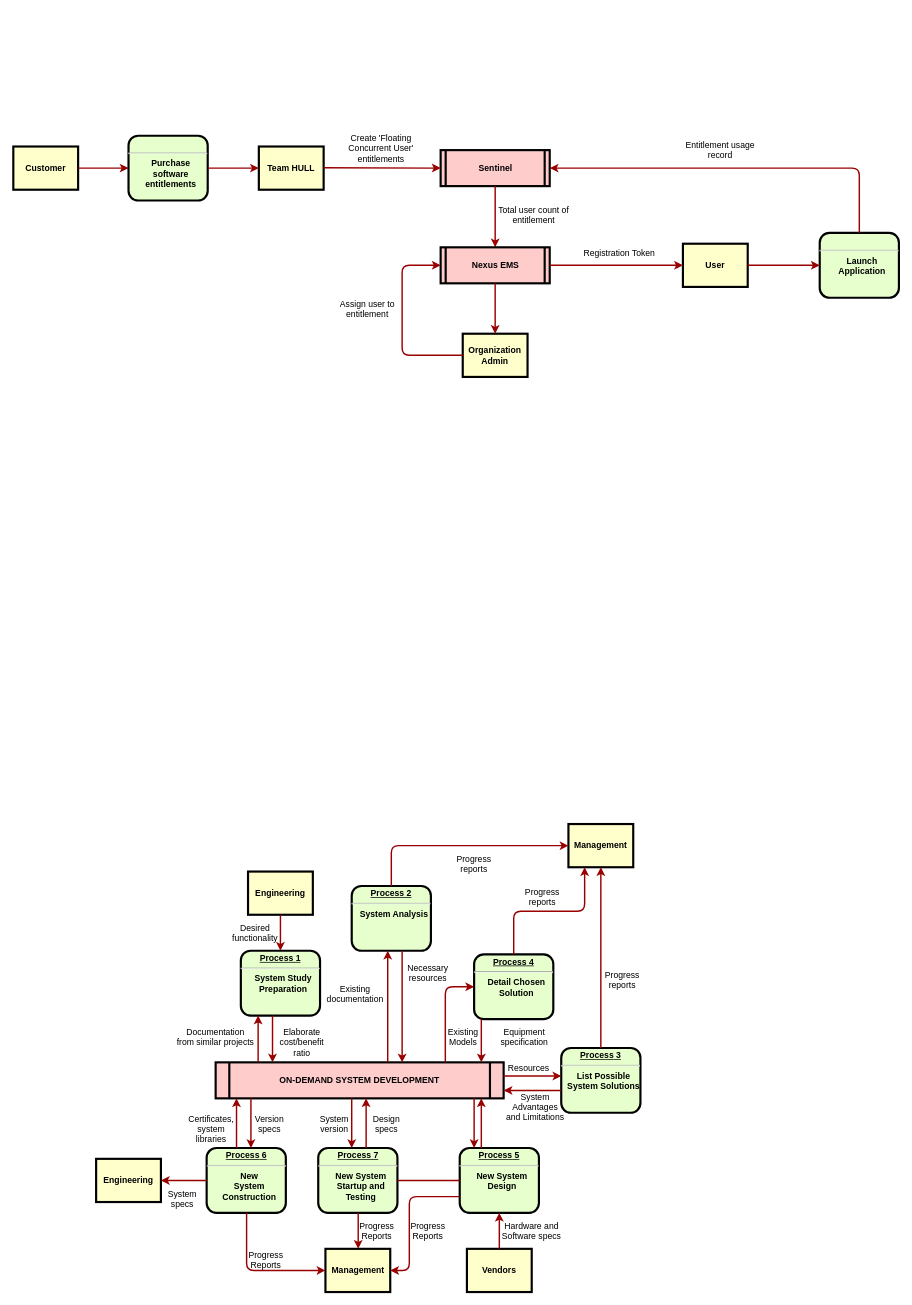
xiaowei90113/Design keeps this draw.io diagram as page "Dataflow" (2 of 2) of Entitlement Workflow.drawio. Above is the earlier version. Source tidied: cells renumbered, new cells numbered last; positions are measured from the earlier drawing's top-left corner, leaving out a move shared by most shapes. Both pictures are drawn from the tidied source at 72%, with x=0, y=0 at pixel (13, 132).
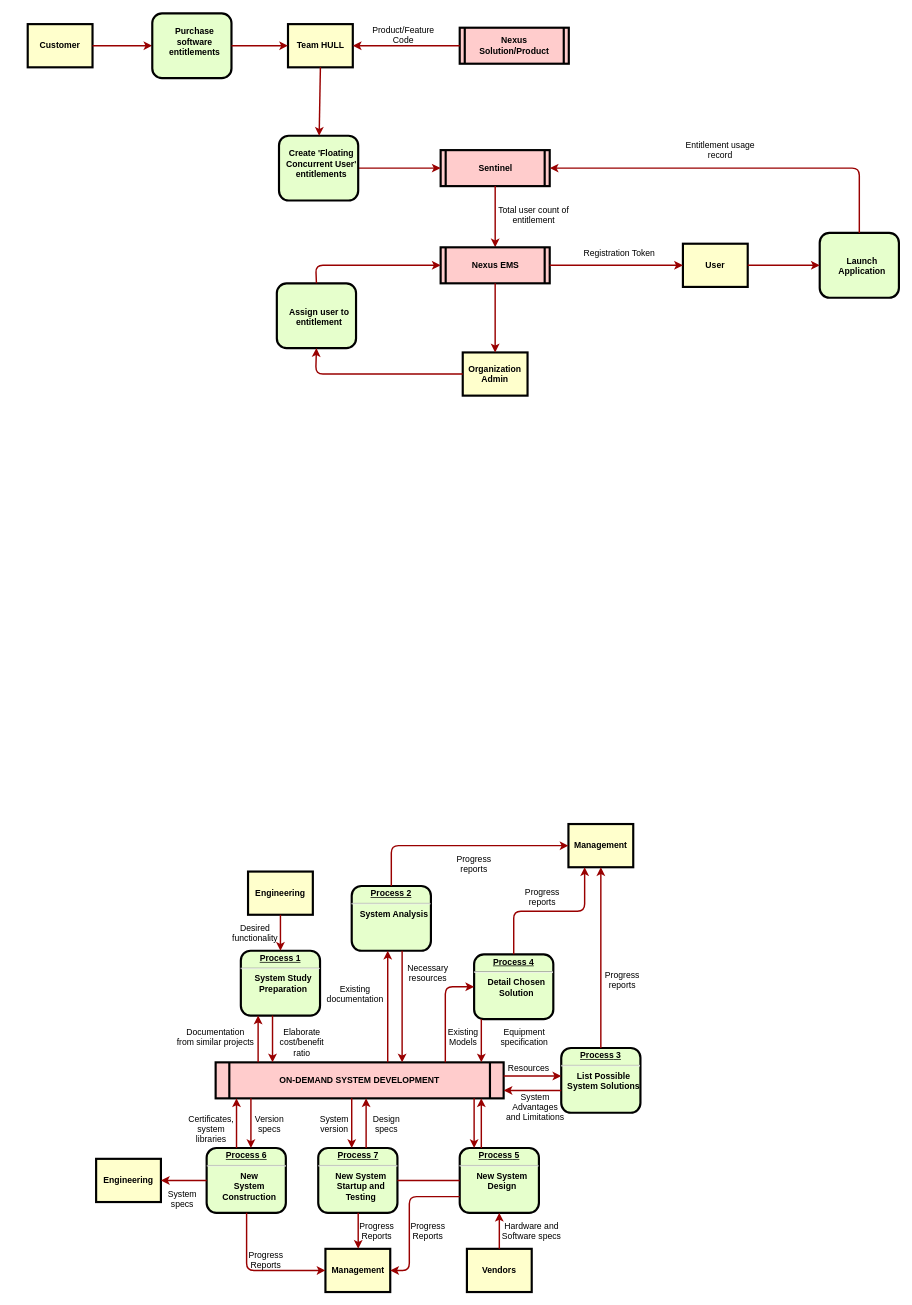
After the change.

Unchanged cells that the change refers to:
```xml
<mxCell id="62" value="Sentinel" style="shape=process;whiteSpace=wrap;align=center;verticalAlign=middle;size=0.0475;fontStyle=1;strokeWidth=3;fillColor=#FFCCCC;" parent="1" vertex="1">
  <mxGeometry x="593.5" y="25" width="151.5" height="50" as="geometry" />
</mxCell>
<mxCell id="68" value="Nexus EMS" style="shape=process;whiteSpace=wrap;align=center;verticalAlign=middle;size=0.0475;fontStyle=1;strokeWidth=3;fillColor=#FFCCCC;" parent="1" vertex="1">
  <mxGeometry x="593.5" y="160" width="151.5" height="50" as="geometry" />
</mxCell>
```

Diff of the diagram source:
```diff
@@
     <mxCell id="4" value="Customer" style="whiteSpace=wrap;align=center;verticalAlign=middle;fontStyle=1;strokeWidth=3;fillColor=#FFFFCC;" parent="1" vertex="1">
-      <mxGeometry y="20" width="90" height="60" as="geometry" />
+      <mxGeometry x="20" y="-150" width="90" height="60" as="geometry" />
     </mxCell>
@@
-    <mxCell id="16" style="edgeStyle=none;noEdgeStyle=1;strokeColor=#990000;strokeWidth=2;" parent="1" edge="1" source="4">
-      <mxGeometry relative="1" as="geometry">
-        <mxPoint x="160" y="50" as="targetPoint" />
-      </mxGeometry>
+    <mxCell id="16" style="edgeStyle=none;noEdgeStyle=1;strokeColor=#990000;strokeWidth=2;entryX=0;entryY=0.5;entryDx=0;entryDy=0;" parent="1" edge="1" source="4" target="75">
+      <mxGeometry relative="1" as="geometry" />
     </mxCell>
@@
     <mxCell id="63" value="Team HULL" style="whiteSpace=wrap;align=center;verticalAlign=middle;fontStyle=1;strokeWidth=3;fillColor=#FFFFCC;" parent="1" vertex="1">
-      <mxGeometry x="341" y="20" width="90" height="60" as="geometry" />
+      <mxGeometry x="381.5" y="-150" width="90" height="60" as="geometry" />
     </mxCell>
-    <mxCell id="64" style="edgeStyle=none;noEdgeStyle=1;strokeColor=#990000;strokeWidth=2;entryX=0;entryY=0.5;entryDx=0;entryDy=0;" parent="1" edge="1" target="62">
-      <mxGeometry relative="1" as="geometry">
-        <mxPoint x="431" y="49.5" as="sourcePoint" />
-      </mxGeometry>
+    <mxCell id="64" style="edgeStyle=none;noEdgeStyle=1;strokeColor=#990000;strokeWidth=2;entryX=0;entryY=0.5;entryDx=0;entryDy=0;exitX=1;exitY=0.5;exitDx=0;exitDy=0;" parent="1" edge="1" source="65" target="62">
+      <mxGeometry relative="1" as="geometry" />
     </mxCell>
-    <mxCell id="65" value="Create 'Floating Concurrent User' entitlements" style="text;spacingTop=-5;align=center;whiteSpace=wrap;" parent="1" vertex="1">
-      <mxGeometry x="458.5" width="104" height="20" as="geometry" />
-    </mxCell>
     <mxCell id="66" value="Organization Admin" style="whiteSpace=wrap;align=center;verticalAlign=middle;fontStyle=1;strokeWidth=3;fillColor=#FFFFCC;" parent="1" vertex="1">
-      <mxGeometry x="624.2" y="280" width="90" height="60" as="geometry" />
+      <mxGeometry x="624.2" y="306" width="90" height="60" as="geometry" />
     </mxCell>
@@
-    <mxCell id="69" value="Assign user to entitlement" style="text;spacingTop=-5;align=center;whiteSpace=wrap;" parent="1" vertex="1">
-      <mxGeometry x="440" y="230" width="104" height="30" as="geometry" />
-    </mxCell>
@@
-    <mxCell id="74" style="edgeStyle=none;noEdgeStyle=1;strokeColor=#990000;strokeWidth=2;exitX=0;exitY=0.5;exitDx=0;exitDy=0;entryX=0;entryY=0.5;entryDx=0;entryDy=0;" parent="1" edge="1" source="66" target="68">
-      <mxGeometry relative="1" as="geometry">
-        <Array as="points">
-          <mxPoint x="540" y="310" />
-          <mxPoint x="540" y="185" />
-        </Array>
-      </mxGeometry>
-    </mxCell>
-    <mxCell id="75" value="&lt;p style=&quot;margin: 0px; margin-top: 4px; text-align: center; text-decoration: underline;&quot;&gt;&lt;strong&gt;&lt;br&gt;&lt;/strong&gt;&lt;/p&gt;&lt;hr&gt;&lt;p style=&quot;margin: 0px; margin-left: 8px;&quot;&gt;Purchase software entitlements&lt;br&gt;&lt;/p&gt;" style="verticalAlign=middle;align=center;overflow=fill;fontSize=12;fontFamily=Helvetica;html=1;rounded=1;fontStyle=1;strokeWidth=3;fillColor=#E6FFCC;whiteSpace=wrap;" parent="1" vertex="1">
-      <mxGeometry x="160" y="5" width="110" height="90" as="geometry" />
+    <mxCell id="75" value="&lt;p style=&quot;margin: 0px; margin-top: 4px; text-align: center; text-decoration: underline;&quot;&gt;&lt;/p&gt;&lt;p style=&quot;margin: 0px; margin-left: 8px;&quot;&gt;&lt;br&gt;&lt;/p&gt;&lt;p style=&quot;margin: 0px; margin-left: 8px;&quot;&gt;Purchase software entitlements&lt;br&gt;&lt;/p&gt;" style="verticalAlign=middle;align=center;overflow=fill;fontSize=12;fontFamily=Helvetica;html=1;rounded=1;fontStyle=1;strokeWidth=3;fillColor=#E6FFCC;whiteSpace=wrap;" parent="1" vertex="1">
+      <mxGeometry x="193" y="-165" width="110" height="90" as="geometry" />
     </mxCell>
@@
-    <mxCell id="78" value="&lt;p style=&quot;margin: 0px; margin-top: 4px; text-align: center; text-decoration: underline;&quot;&gt;&lt;strong&gt;&lt;br&gt;&lt;/strong&gt;&lt;/p&gt;&lt;hr&gt;&lt;p style=&quot;margin: 0px; margin-left: 8px;&quot;&gt;Launch Application&lt;/p&gt;" style="verticalAlign=middle;align=center;overflow=fill;fontSize=12;fontFamily=Helvetica;html=1;rounded=1;fontStyle=1;strokeWidth=3;fillColor=#E6FFCC;whiteSpace=wrap;" parent="1" vertex="1">
+    <mxCell id="78" value="&lt;p style=&quot;margin: 0px; margin-top: 4px; text-align: center; text-decoration: underline;&quot;&gt;&lt;strong&gt;&lt;br&gt;&lt;/strong&gt;&lt;/p&gt;&lt;p style=&quot;margin: 0px; margin-left: 8px;&quot;&gt;&lt;br&gt;&lt;/p&gt;&lt;p style=&quot;margin: 0px; margin-left: 8px;&quot;&gt;Launch Application&lt;/p&gt;" style="verticalAlign=middle;align=center;overflow=fill;fontSize=12;fontFamily=Helvetica;html=1;rounded=1;fontStyle=1;strokeWidth=3;fillColor=#E6FFCC;whiteSpace=wrap;" parent="1" vertex="1">
       <mxGeometry x="1120" y="140" width="110" height="90" as="geometry" />
     </mxCell>
@@
+    <mxCell id="65" value="&lt;p style=&quot;margin: 0px; margin-top: 4px; text-align: center; text-decoration: underline;&quot;&gt;&lt;/p&gt;&lt;p style=&quot;margin: 0px; margin-left: 8px;&quot;&gt;&lt;br&gt;&lt;/p&gt;&lt;p style=&quot;margin: 0px; margin-left: 8px;&quot;&gt;Create 'Floating Concurrent User' entitlements&lt;br&gt;&lt;/p&gt;" style="verticalAlign=middle;align=center;overflow=fill;fontSize=12;fontFamily=Helvetica;html=1;rounded=1;fontStyle=1;strokeWidth=3;fillColor=#E6FFCC;whiteSpace=wrap;" parent="1" vertex="1">
+      <mxGeometry x="369" y="5" width="110" height="90" as="geometry" />
+    </mxCell>
+    <mxCell id="82" style="edgeStyle=none;noEdgeStyle=1;strokeColor=#990000;strokeWidth=2;exitX=0.5;exitY=1;exitDx=0;exitDy=0;" parent="1" edge="1" source="63" target="65">
+      <mxGeometry relative="1" as="geometry" />
+    </mxCell>
+    <mxCell id="69" value="&lt;p style=&quot;margin: 0px; margin-top: 4px; text-align: center; text-decoration: underline;&quot;&gt;&lt;/p&gt;&lt;p style=&quot;margin: 0px; margin-left: 8px;&quot;&gt;&lt;br&gt;&lt;/p&gt;&lt;p style=&quot;margin: 0px; margin-left: 8px;&quot;&gt;&lt;br&gt;&lt;/p&gt;&lt;p style=&quot;margin: 0px; margin-left: 8px;&quot;&gt;Assign user to entitlement&lt;br&gt;&lt;/p&gt;" style="verticalAlign=middle;align=center;overflow=fill;fontSize=12;fontFamily=Helvetica;html=1;rounded=1;fontStyle=1;strokeWidth=3;fillColor=#E6FFCC;whiteSpace=wrap;" parent="1" vertex="1">
+      <mxGeometry x="366" y="210" width="110" height="90" as="geometry" />
+    </mxCell>
+    <mxCell id="83" style="edgeStyle=none;noEdgeStyle=1;strokeColor=#990000;strokeWidth=2;entryX=0.5;entryY=1;entryDx=0;entryDy=0;exitX=0;exitY=0.5;exitDx=0;exitDy=0;" parent="1" edge="1" source="66" target="69">
+      <mxGeometry relative="1" as="geometry">
+        <Array as="points">
+          <mxPoint x="420" y="336" />
+        </Array>
+      </mxGeometry>
+    </mxCell>
+    <mxCell id="84" style="edgeStyle=none;noEdgeStyle=1;strokeColor=#990000;strokeWidth=2;entryX=0;entryY=0.5;entryDx=0;entryDy=0;exitX=0.5;exitY=0;exitDx=0;exitDy=0;" parent="1" edge="1" source="69" target="68">
+      <mxGeometry relative="1" as="geometry">
+        <Array as="points">
+          <mxPoint x="420" y="185" />
+        </Array>
+      </mxGeometry>
+    </mxCell>
+    <mxCell id="85" value="Nexus &#10;Solution/Product" style="shape=process;whiteSpace=wrap;align=center;verticalAlign=middle;size=0.0475;fontStyle=1;strokeWidth=3;fillColor=#FFCCCC;" parent="1" vertex="1">
+      <mxGeometry x="620" y="-145" width="151.5" height="50" as="geometry" />
+    </mxCell>
+    <mxCell id="86" style="edgeStyle=none;noEdgeStyle=1;strokeColor=#990000;strokeWidth=2;entryX=1;entryY=0.5;entryDx=0;entryDy=0;exitX=0;exitY=0.5;exitDx=0;exitDy=0;" parent="1" edge="1" source="85" target="63">
+      <mxGeometry relative="1" as="geometry" />
+    </mxCell>
+    <mxCell id="87" value="Product/Feature Code" style="text;spacingTop=-5;align=center;whiteSpace=wrap;" parent="1" vertex="1">
+      <mxGeometry x="490" y="-150" width="104" height="20" as="geometry" />
+    </mxCell>
```
